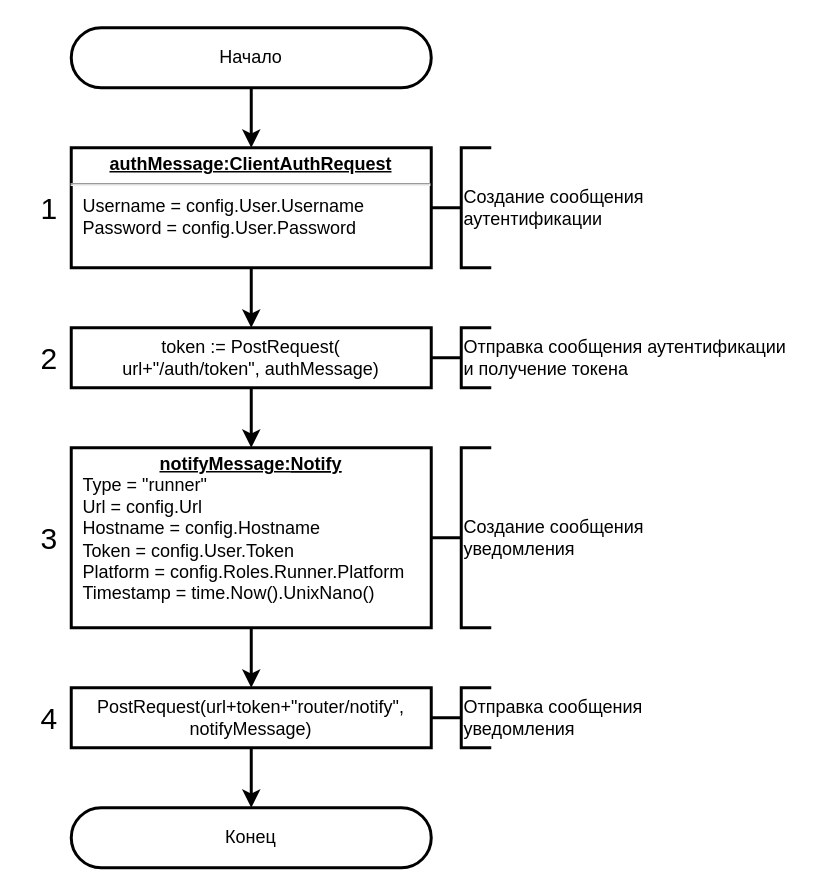
The draw.io diagram page "notify-router" (1 of 9) of images/algorithm/runner/algorithm-runner.drawio in necroin/vss-docs, before the edit. Source tidied: cells renumbered, new cells numbered last; positions are measured from the earlier drawing's top-left corner, leaving out a move shared by most shapes. Both pictures are drawn from the tidied source at 150%, with x=0, y=0 at pixel (26, 27).
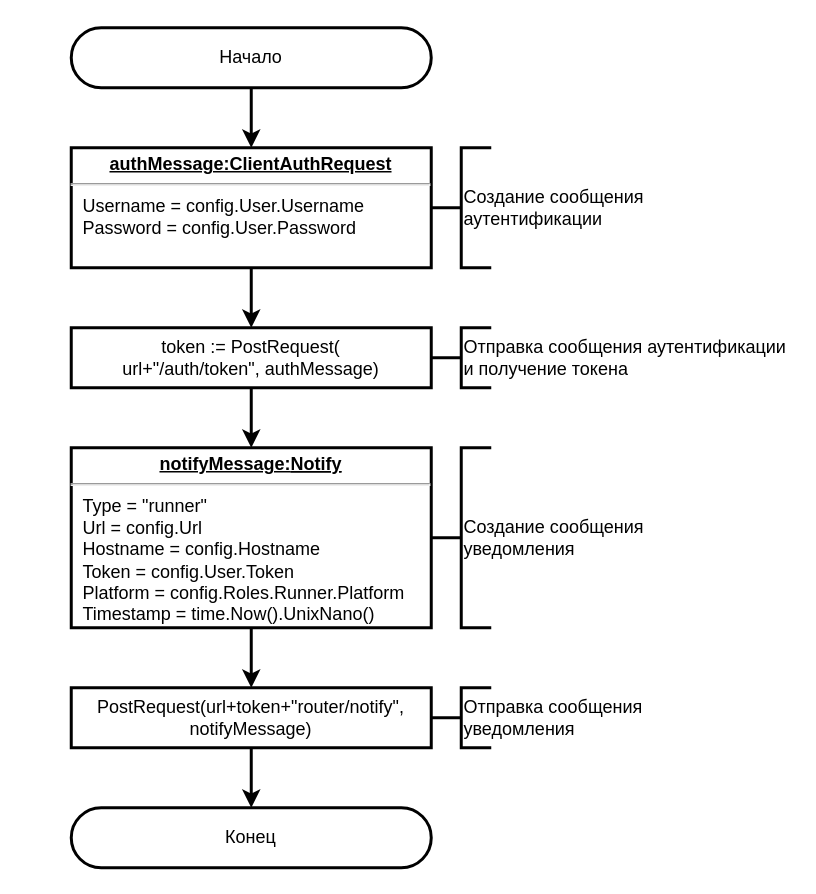
The same page after the edit.

What changed in the source:
```diff
@@
-    <mxCell id="11" value="&lt;p style=&quot;margin:0px;margin-top:4px;text-align:center;text-decoration:underline;&quot;&gt;&lt;b&gt;notifyMessage:&lt;/b&gt;&lt;b style=&quot;background-color: initial;&quot;&gt;&lt;u&gt;Notify&lt;/u&gt;&lt;/b&gt;&lt;/p&gt;&lt;p style=&quot;margin:0px;margin-left:8px;&quot;&gt;Type = &quot;runner&quot;&lt;/p&gt;&lt;p style=&quot;margin:0px;margin-left:8px;&quot;&gt;&#9;&#9;Url = config.Url&lt;/p&gt;&lt;p style=&quot;margin:0px;margin-left:8px;&quot;&gt;&lt;span style=&quot;&quot;&gt;&#9;&#9;&lt;/span&gt;Hostname = config.Hostname&lt;/p&gt;&lt;p style=&quot;margin:0px;margin-left:8px;&quot;&gt;&lt;span style=&quot;&quot;&gt;&#9;&#9;&lt;/span&gt;Token = config.User.Token&lt;/p&gt;&lt;p style=&quot;margin:0px;margin-left:8px;&quot;&gt;&lt;span style=&quot;&quot;&gt;&#9;&#9;&lt;/span&gt;Platform = config.Roles.Runner.Platform&lt;/p&gt;&lt;p style=&quot;margin:0px;margin-left:8px;&quot;&gt;&lt;span style=&quot;&quot;&gt;&#9;&#9;&lt;/span&gt;Timestamp = time.Now().UnixNano()&lt;/p&gt;" style="verticalAlign=top;align=left;overflow=fill;fontSize=12;fontFamily=Helvetica;html=1;strokeColor=default;strokeWidth=2;fillColor=none;" parent="1" vertex="1">
-      <mxGeometry x="30" y="280" width="240" height="120" as="geometry" />
-    </mxCell>
@@
-    <mxCell id="13" value="2" style="text;html=1;align=center;verticalAlign=middle;strokeColor=none;fillColor=none;fontSize=20;strokeWidth=2;" parent="1" vertex="1">
-      <mxGeometry y="200" width="30" height="40" as="geometry" />
-    </mxCell>
-    <mxCell id="14" value="1" style="text;html=1;align=center;verticalAlign=middle;strokeColor=none;fillColor=none;fontSize=20;strokeWidth=2;" parent="1" vertex="1">
-      <mxGeometry y="100" width="30" height="40" as="geometry" />
-    </mxCell>
-    <mxCell id="15" value="3" style="text;html=1;align=center;verticalAlign=middle;strokeColor=none;fillColor=none;fontSize=20;strokeWidth=2;" parent="1" vertex="1">
-      <mxGeometry y="320" width="30" height="40" as="geometry" />
-    </mxCell>
-    <mxCell id="16" value="4" style="text;html=1;align=center;verticalAlign=middle;strokeColor=none;fillColor=none;fontSize=20;strokeWidth=2;" parent="1" vertex="1">
-      <mxGeometry y="440" width="30" height="40" as="geometry" />
-    </mxCell>
@@
+    <mxCell id="11" value="&lt;p style=&quot;margin:0px;margin-top:4px;text-align:center;text-decoration:underline;&quot;&gt;&lt;b style=&quot;border-color: var(--border-color);&quot;&gt;notifyMessage:&lt;/b&gt;&lt;b style=&quot;border-color: var(--border-color); background-color: initial;&quot;&gt;&lt;u style=&quot;border-color: var(--border-color);&quot;&gt;Notify&lt;/u&gt;&lt;/b&gt;&lt;br&gt;&lt;/p&gt;&lt;hr&gt;&lt;p style=&quot;border-color: var(--border-color); margin: 0px 0px 0px 8px;&quot;&gt;Type = &quot;runner&quot;&lt;/p&gt;&lt;p style=&quot;border-color: var(--border-color); margin: 0px 0px 0px 8px;&quot;&gt;Url = config.Url&lt;/p&gt;&lt;p style=&quot;border-color: var(--border-color); margin: 0px 0px 0px 8px;&quot;&gt;Hostname = config.Hostname&lt;/p&gt;&lt;p style=&quot;border-color: var(--border-color); margin: 0px 0px 0px 8px;&quot;&gt;&lt;span style=&quot;border-color: var(--border-color);&quot;&gt;&lt;/span&gt;Token = config.User.Token&lt;/p&gt;&lt;p style=&quot;border-color: var(--border-color); margin: 0px 0px 0px 8px;&quot;&gt;&lt;span style=&quot;border-color: var(--border-color);&quot;&gt;&lt;/span&gt;Platform = config.Roles.Runner.Platform&lt;/p&gt;&lt;p style=&quot;border-color: var(--border-color); margin: 0px 0px 0px 8px;&quot;&gt;&lt;span style=&quot;border-color: var(--border-color);&quot;&gt;&lt;/span&gt;Timestamp = time.Now().UnixNano()&lt;/p&gt;" style="verticalAlign=top;align=left;overflow=fill;fontSize=12;fontFamily=Helvetica;html=1;strokeColor=default;strokeWidth=2;fillColor=none;" parent="1" vertex="1">
+      <mxGeometry x="30" y="280" width="240" height="120" as="geometry" />
+    </mxCell>
```
